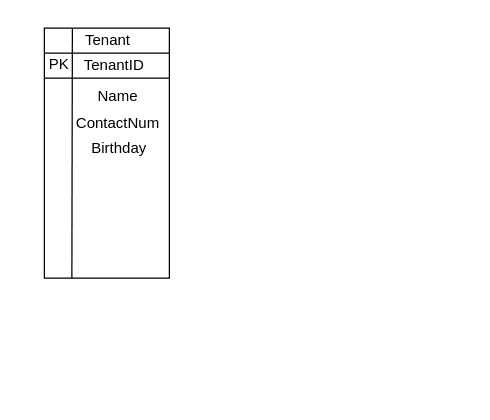
The draw.io diagram ERDSchema.drawio in Beskiit/DIAGRAMS, before the edit. Source tidied: cells renumbered, new cells numbered last; positions are measured from the earlier drawing's top-left corner, leaving out a move shared by most shapes. Both pictures are drawn from the tidied source at 125%, with x=0, y=0 at pixel (21, 21).
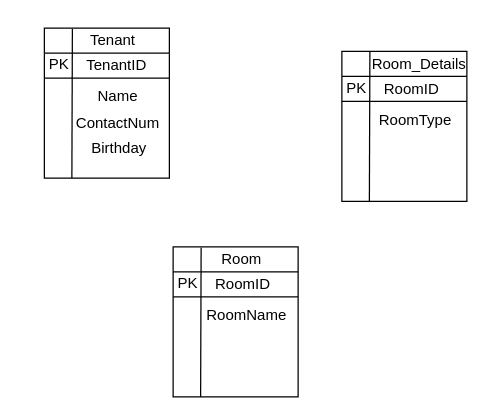
The same page after the edit.

What changed in the source:
```diff
@@
     <mxCell id="2" style="swimlane;fontStyle=0;horizontal=1;startSize=20;fillColor=#ffffff;swimlaneFillColor=#ffffff;" parent="1" vertex="1">
-      <mxGeometry x="18" y="5" width="100" height="200" as="geometry" />
+      <mxGeometry x="18" y="5" width="100" height="120" as="geometry" />
     </mxCell>
@@
     <mxCell id="4" style="endArrow=none;html=1;rounded=0;entryX=0.164;entryY=0.005;entryDx=0;entryDy=0;entryPerimeter=0;" parent="2" edge="1">
       <mxGeometry relative="1" as="geometry">
-        <mxPoint x="22" y="200" as="sourcePoint" />
+        <mxPoint x="22" y="120" as="sourcePoint" />
         <mxPoint x="22.4" y="0.6" as="targetPoint" />
       </mxGeometry>
     </mxCell>
     <mxCell id="5" value="Tenant" style="text;html=1;align=center;verticalAlign=middle;whiteSpace=wrap;rounded=0;" parent="1" vertex="1">
-      <mxGeometry x="39" width="60" height="30" as="geometry" />
+      <mxGeometry x="43" width="60" height="30" as="geometry" />
     </mxCell>
@@
     <mxCell id="7" value="TenantID" style="text;html=1;align=center;verticalAlign=middle;whiteSpace=wrap;rounded=0;" parent="1" vertex="1">
-      <mxGeometry x="44" y="20" width="60" height="30" as="geometry" />
+      <mxGeometry x="46" y="20" width="60" height="30" as="geometry" />
     </mxCell>
@@
+    <mxCell id="11" style="swimlane;fontStyle=0;horizontal=1;startSize=20;fillColor=#ffffff;swimlaneFillColor=#ffffff;" parent="1" vertex="1">
+      <mxGeometry x="256" y="23.5" width="100" height="120" as="geometry" />
+    </mxCell>
+    <mxCell id="12" style="endArrow=none;html=1;rounded=0;" parent="11" edge="1">
+      <mxGeometry relative="1" as="geometry">
+        <mxPoint y="40" as="sourcePoint" />
+        <mxPoint x="100" y="40" as="targetPoint" />
+      </mxGeometry>
+    </mxCell>
+    <mxCell id="13" style="endArrow=none;html=1;rounded=0;entryX=0.164;entryY=0.005;entryDx=0;entryDy=0;entryPerimeter=0;" parent="11" edge="1">
+      <mxGeometry relative="1" as="geometry">
+        <mxPoint x="22" y="120" as="sourcePoint" />
+        <mxPoint x="22.4" y="0.6" as="targetPoint" />
+      </mxGeometry>
+    </mxCell>
+    <mxCell id="14" value="Room_Details" style="text;html=1;align=center;verticalAlign=middle;whiteSpace=wrap;rounded=0;" parent="1" vertex="1">
+      <mxGeometry x="288" y="18.5" width="60" height="30" as="geometry" />
+    </mxCell>
+    <mxCell id="15" value="PK" style="text;html=1;align=center;verticalAlign=middle;whiteSpace=wrap;rounded=0;" parent="1" vertex="1">
+      <mxGeometry x="238" y="37.5" width="60" height="30" as="geometry" />
+    </mxCell>
+    <mxCell id="16" value="RoomID" style="text;html=1;align=center;verticalAlign=middle;whiteSpace=wrap;rounded=0;" parent="1" vertex="1">
+      <mxGeometry x="282" y="38.5" width="60" height="30" as="geometry" />
+    </mxCell>
+    <mxCell id="17" value="RoomType" style="text;html=1;align=center;verticalAlign=middle;whiteSpace=wrap;rounded=0;" parent="1" vertex="1">
+      <mxGeometry x="285" y="63.5" width="60" height="30" as="geometry" />
+    </mxCell>
+    <mxCell id="18" style="swimlane;fontStyle=0;horizontal=1;startSize=20;fillColor=#ffffff;swimlaneFillColor=#ffffff;" parent="1" vertex="1">
+      <mxGeometry x="121" y="180" width="100" height="120" as="geometry" />
+    </mxCell>
+    <mxCell id="19" style="endArrow=none;html=1;rounded=0;" parent="18" edge="1">
+      <mxGeometry relative="1" as="geometry">
+        <mxPoint y="40" as="sourcePoint" />
+        <mxPoint x="100" y="40" as="targetPoint" />
+      </mxGeometry>
+    </mxCell>
+    <mxCell id="20" style="endArrow=none;html=1;rounded=0;entryX=0.164;entryY=0.005;entryDx=0;entryDy=0;entryPerimeter=0;" parent="18" edge="1">
+      <mxGeometry relative="1" as="geometry">
+        <mxPoint x="22" y="120" as="sourcePoint" />
+        <mxPoint x="22.4" y="0.6" as="targetPoint" />
+      </mxGeometry>
+    </mxCell>
+    <mxCell id="21" value="Room" style="text;html=1;align=center;verticalAlign=middle;whiteSpace=wrap;rounded=0;" parent="1" vertex="1">
+      <mxGeometry x="146" y="175" width="60" height="30" as="geometry" />
+    </mxCell>
+    <mxCell id="22" value="PK" style="text;html=1;align=center;verticalAlign=middle;whiteSpace=wrap;rounded=0;" parent="1" vertex="1">
+      <mxGeometry x="103" y="194" width="60" height="30" as="geometry" />
+    </mxCell>
+    <mxCell id="23" value="RoomID" style="text;html=1;align=center;verticalAlign=middle;whiteSpace=wrap;rounded=0;" parent="1" vertex="1">
+      <mxGeometry x="147" y="195" width="60" height="30" as="geometry" />
+    </mxCell>
+    <mxCell id="24" value="RoomName" style="text;html=1;align=center;verticalAlign=middle;whiteSpace=wrap;rounded=0;" parent="1" vertex="1">
+      <mxGeometry x="150" y="220" width="60" height="30" as="geometry" />
+    </mxCell>
```
